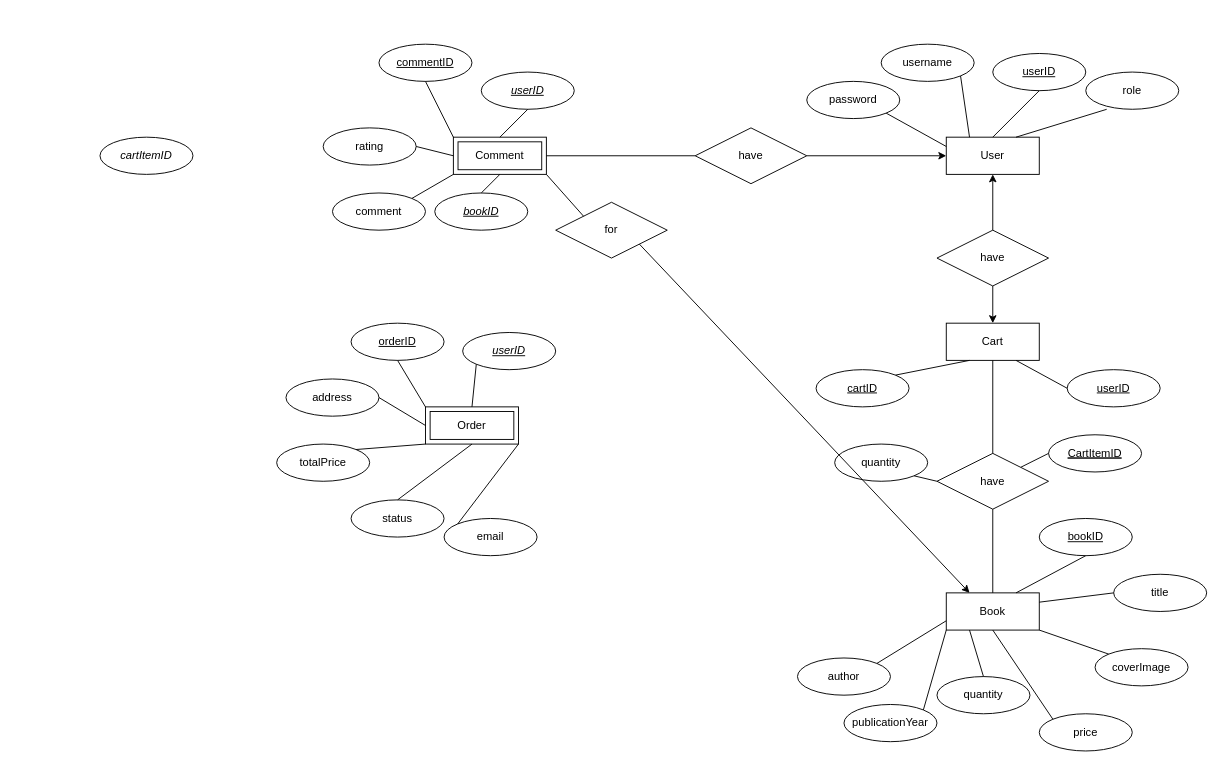
Before: Untitled Diagram.drawio in aurora-mei/BookSelling, a draw.io diagram. Source tidied: cells renumbered, new cells numbered last; positions are measured from the earlier drawing's top-left corner, leaving out a move shared by most shapes. Both pictures are drawn from the tidied source at 93%, with x=0, y=0 at pixel (100, 44).
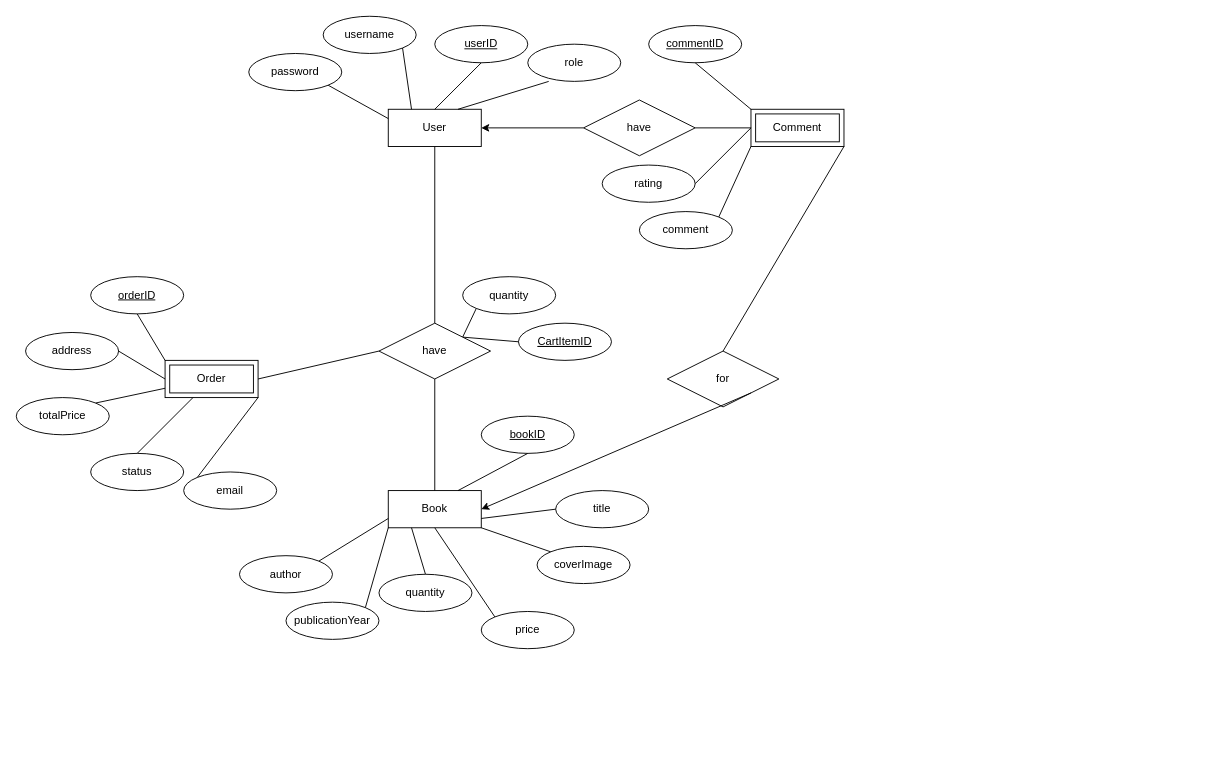
The same diagram, later.

The edit, as a diff of the source:
```diff
@@
     <mxCell id="2" value="User" style="whiteSpace=wrap;html=1;align=center;" parent="1" vertex="1">
-      <mxGeometry x="910" y="100" width="100" height="40" as="geometry" />
+      <mxGeometry x="310" y="70" width="100" height="40" as="geometry" />
     </mxCell>
     <mxCell id="3" value="userID" style="ellipse;whiteSpace=wrap;html=1;align=center;fontStyle=4;" parent="1" vertex="1">
-      <mxGeometry x="960" y="10" width="100" height="40" as="geometry" />
+      <mxGeometry x="360" y="-20" width="100" height="40" as="geometry" />
     </mxCell>
     <mxCell id="4" value="username" style="ellipse;whiteSpace=wrap;html=1;align=center;" parent="1" vertex="1">
-      <mxGeometry x="840" width="100" height="40" as="geometry" />
+      <mxGeometry x="240" y="-30" width="100" height="40" as="geometry" />
     </mxCell>
     <mxCell id="5" value="role" style="ellipse;whiteSpace=wrap;html=1;align=center;" parent="1" vertex="1">
-      <mxGeometry x="1060" y="30" width="100" height="40" as="geometry" />
+      <mxGeometry x="460" width="100" height="40" as="geometry" />
     </mxCell>
     <mxCell id="6" value="password" style="ellipse;whiteSpace=wrap;html=1;align=center;" parent="1" vertex="1">
-      <mxGeometry x="760" y="40" width="100" height="40" as="geometry" />
+      <mxGeometry x="160" y="10" width="100" height="40" as="geometry" />
     </mxCell>
@@
     <mxCell id="11" value="Book" style="whiteSpace=wrap;html=1;align=center;" parent="1" vertex="1">
-      <mxGeometry x="910" y="590" width="100" height="40" as="geometry" />
+      <mxGeometry x="310" y="480" width="100" height="40" as="geometry" />
     </mxCell>
     <mxCell id="12" value="bookID" style="ellipse;whiteSpace=wrap;html=1;align=center;fontStyle=4;" parent="1" vertex="1">
-      <mxGeometry x="1010" y="510" width="100" height="40" as="geometry" />
+      <mxGeometry x="410" y="400" width="100" height="40" as="geometry" />
     </mxCell>
     <mxCell id="13" value="author" style="ellipse;whiteSpace=wrap;html=1;align=center;" parent="1" vertex="1">
-      <mxGeometry x="750" y="660" width="100" height="40" as="geometry" />
+      <mxGeometry x="150" y="550" width="100" height="40" as="geometry" />
     </mxCell>
     <mxCell id="14" value="title" style="ellipse;whiteSpace=wrap;html=1;align=center;" parent="1" vertex="1">
-      <mxGeometry x="1090" y="570" width="100" height="40" as="geometry" />
+      <mxGeometry x="490" y="480" width="100" height="40" as="geometry" />
     </mxCell>
     <mxCell id="15" value="publicationYear" style="ellipse;whiteSpace=wrap;html=1;align=center;" parent="1" vertex="1">
-      <mxGeometry x="800" y="710" width="100" height="40" as="geometry" />
+      <mxGeometry x="200" y="600" width="100" height="40" as="geometry" />
     </mxCell>
@@
-    <mxCell id="19" style="endArrow=none;html=1;rounded=0;exitX=1;exitY=0.25;exitDx=0;exitDy=0;entryX=0;entryY=0.5;entryDx=0;entryDy=0;" parent="1" edge="1" source="11" target="14">
+    <mxCell id="19" style="endArrow=none;html=1;rounded=0;entryX=0;entryY=0.5;entryDx=0;entryDy=0;exitX=1;exitY=0.75;exitDx=0;exitDy=0;" parent="1" edge="1" source="11" target="14">
       <mxGeometry relative="1" as="geometry" />
     </mxCell>
     <mxCell id="20" value="quantity" style="ellipse;whiteSpace=wrap;html=1;align=center;" parent="1" vertex="1">
-      <mxGeometry x="900" y="680" width="100" height="40" as="geometry" />
+      <mxGeometry x="300" y="570" width="100" height="40" as="geometry" />
     </mxCell>
     <mxCell id="21" value="price" style="ellipse;whiteSpace=wrap;html=1;align=center;" parent="1" vertex="1">
-      <mxGeometry x="1010" y="720" width="100" height="40" as="geometry" />
+      <mxGeometry x="410" y="610" width="100" height="40" as="geometry" />
     </mxCell>
@@
-    <mxCell id="24" value="Cart" style="whiteSpace=wrap;html=1;align=center;" parent="1" vertex="1">
-      <mxGeometry x="910" y="300" width="100" height="40" as="geometry" />
-    </mxCell>
-    <mxCell id="25" value="cartID" style="ellipse;whiteSpace=wrap;html=1;align=center;fontStyle=4;" parent="1" vertex="1">
-      <mxGeometry x="770" y="350" width="100" height="40" as="geometry" />
-    </mxCell>
-    <mxCell id="26" value="&lt;u&gt;userID&lt;/u&gt;" style="ellipse;whiteSpace=wrap;html=1;align=center;" parent="1" vertex="1">
-      <mxGeometry x="1040" y="350" width="100" height="40" as="geometry" />
-    </mxCell>
-    <mxCell id="27" style="endArrow=none;html=1;rounded=0;exitX=1;exitY=0;exitDx=0;exitDy=0;entryX=0.25;entryY=1;entryDx=0;entryDy=0;" parent="1" edge="1" source="25" target="24">
-      <mxGeometry relative="1" as="geometry" />
-    </mxCell>
-    <mxCell id="28" style="endArrow=none;html=1;rounded=0;exitX=0.75;exitY=1;exitDx=0;exitDy=0;entryX=0;entryY=0.5;entryDx=0;entryDy=0;" parent="1" edge="1" source="24" target="26">
-      <mxGeometry relative="1" as="geometry" />
-    </mxCell>
     <mxCell id="29" value="&lt;u&gt;CartItemID&lt;/u&gt;" style="ellipse;whiteSpace=wrap;html=1;align=center;fontStyle=4;" parent="1" vertex="1">
-      <mxGeometry x="1020" y="420" width="100" height="40" as="geometry" />
+      <mxGeometry x="450" y="300" width="100" height="40" as="geometry" />
     </mxCell>
     <mxCell id="30" value="quantity" style="ellipse;whiteSpace=wrap;html=1;align=center;" parent="1" vertex="1">
-      <mxGeometry x="790" y="430" width="100" height="40" as="geometry" />
+      <mxGeometry x="390" y="250" width="100" height="40" as="geometry" />
     </mxCell>
@@
-    <mxCell id="32" style="endArrow=none;html=1;rounded=0;exitX=1;exitY=1;exitDx=0;exitDy=0;entryX=0;entryY=0.5;entryDx=0;entryDy=0;" parent="1" edge="1" source="30" target="60">
+    <mxCell id="32" style="endArrow=none;html=1;rounded=0;exitX=0;exitY=1;exitDx=0;exitDy=0;entryX=1;entryY=0;entryDx=0;entryDy=0;" parent="1" edge="1" source="30" target="60">
       <mxGeometry relative="1" as="geometry" />
     </mxCell>
     <mxCell id="33" value="Comment" style="shape=ext;margin=3;double=1;whiteSpace=wrap;html=1;align=center;" parent="1" vertex="1">
-      <mxGeometry x="380" y="100" width="100" height="40" as="geometry" />
+      <mxGeometry x="700" y="70" width="100" height="40" as="geometry" />
     </mxCell>
     <mxCell id="34" value="&lt;u&gt;commentID&lt;/u&gt;" style="ellipse;whiteSpace=wrap;html=1;align=center;" parent="1" vertex="1">
-      <mxGeometry x="300" width="100" height="40" as="geometry" />
+      <mxGeometry x="590" y="-20" width="100" height="40" as="geometry" />
     </mxCell>
-    <mxCell id="35" value="&lt;i&gt;&lt;u&gt;userID&lt;/u&gt;&lt;/i&gt;" style="ellipse;whiteSpace=wrap;html=1;align=center;" parent="1" vertex="1">
-      <mxGeometry x="410" y="30" width="100" height="40" as="geometry" />
-    </mxCell>
-    <mxCell id="36" value="&lt;i&gt;&lt;u&gt;bookID&lt;/u&gt;&lt;/i&gt;" style="ellipse;whiteSpace=wrap;html=1;align=center;" parent="1" vertex="1">
-      <mxGeometry x="360" y="160" width="100" height="40" as="geometry" />
-    </mxCell>
     <mxCell id="37" value="rating" style="ellipse;whiteSpace=wrap;html=1;align=center;" parent="1" vertex="1">
-      <mxGeometry x="240" y="90" width="100" height="40" as="geometry" />
+      <mxGeometry x="540" y="130" width="100" height="40" as="geometry" />
     </mxCell>
     <mxCell id="38" value="comment" style="ellipse;whiteSpace=wrap;html=1;align=center;" parent="1" vertex="1">
-      <mxGeometry x="250" y="160" width="100" height="40" as="geometry" />
+      <mxGeometry x="580" y="180" width="100" height="40" as="geometry" />
     </mxCell>
@@
-    <mxCell id="40" style="endArrow=none;html=1;rounded=0;exitX=0.5;exitY=0;exitDx=0;exitDy=0;entryX=0.5;entryY=1;entryDx=0;entryDy=0;" parent="1" edge="1" source="33" target="35">
-      <mxGeometry relative="1" as="geometry" />
-    </mxCell>
@@
-    <mxCell id="43" style="endArrow=none;html=1;rounded=0;entryX=0.5;entryY=0;entryDx=0;entryDy=0;exitX=0.5;exitY=1;exitDx=0;exitDy=0;" parent="1" edge="1" source="33" target="36">
-      <mxGeometry relative="1" as="geometry" />
-    </mxCell>
     <mxCell id="44" value="Order" style="shape=ext;margin=3;double=1;whiteSpace=wrap;html=1;align=center;" parent="1" vertex="1">
-      <mxGeometry x="350" y="390" width="100" height="40" as="geometry" />
+      <mxGeometry x="70" y="340" width="100" height="40" as="geometry" />
     </mxCell>
     <mxCell id="45" value="&lt;u&gt;orderID&lt;/u&gt;" style="ellipse;whiteSpace=wrap;html=1;align=center;" parent="1" vertex="1">
-      <mxGeometry x="270" y="300" width="100" height="40" as="geometry" />
+      <mxGeometry x="-10" y="250" width="100" height="40" as="geometry" />
     </mxCell>
-    <mxCell id="46" value="&lt;i&gt;&lt;u&gt;userID&lt;/u&gt;&lt;/i&gt;" style="ellipse;whiteSpace=wrap;html=1;align=center;" parent="1" vertex="1">
-      <mxGeometry x="390" y="310" width="100" height="40" as="geometry" />
-    </mxCell>
     <mxCell id="47" value="status" style="ellipse;whiteSpace=wrap;html=1;align=center;" parent="1" vertex="1">
-      <mxGeometry x="270" y="490" width="100" height="40" as="geometry" />
+      <mxGeometry x="-10" y="440" width="100" height="40" as="geometry" />
     </mxCell>
     <mxCell id="48" value="address" style="ellipse;whiteSpace=wrap;html=1;align=center;" parent="1" vertex="1">
-      <mxGeometry x="200" y="360" width="100" height="40" as="geometry" />
+      <mxGeometry x="-80" y="310" width="100" height="40" as="geometry" />
     </mxCell>
     <mxCell id="49" value="totalPrice" style="ellipse;whiteSpace=wrap;html=1;align=center;" parent="1" vertex="1">
-      <mxGeometry x="190" y="430" width="100" height="40" as="geometry" />
+      <mxGeometry x="-90" y="380" width="100" height="40" as="geometry" />
     </mxCell>
@@
-    <mxCell id="51" style="endArrow=none;html=1;rounded=0;exitX=0.5;exitY=0;exitDx=0;exitDy=0;entryX=0;entryY=1;entryDx=0;entryDy=0;" parent="1" edge="1" source="44" target="46">
-      <mxGeometry relative="1" as="geometry" />
-    </mxCell>
@@
-    <mxCell id="53" style="endArrow=none;html=1;rounded=0;exitX=0;exitY=1;exitDx=0;exitDy=0;entryX=1;entryY=0;entryDx=0;entryDy=0;" parent="1" edge="1" source="44" target="49">
+    <mxCell id="53" style="endArrow=none;html=1;rounded=0;entryX=1;entryY=0;entryDx=0;entryDy=0;exitX=0;exitY=0.75;exitDx=0;exitDy=0;" parent="1" edge="1" source="44" target="49">
       <mxGeometry relative="1" as="geometry" />
     </mxCell>
-    <mxCell id="54" style="endArrow=none;html=1;rounded=0;entryX=0.5;entryY=0;entryDx=0;entryDy=0;exitX=0.5;exitY=1;exitDx=0;exitDy=0;" parent="1" edge="1" source="44" target="47">
-      <mxGeometry relative="1" as="geometry" />
+    <mxCell id="54" style="endArrow=none;html=1;rounded=0;entryX=0.5;entryY=0;entryDx=0;entryDy=0;" parent="1" edge="1" target="47">
+      <mxGeometry relative="1" as="geometry">
+        <mxPoint x="100" y="380" as="sourcePoint" />
+      </mxGeometry>
     </mxCell>
     <mxCell id="55" value="email" style="ellipse;whiteSpace=wrap;html=1;align=center;" parent="1" vertex="1">
-      <mxGeometry x="370" y="510" width="100" height="40" as="geometry" />
+      <mxGeometry x="90" y="460" width="100" height="40" as="geometry" />
     </mxCell>
@@
-    <mxCell id="57" value="&lt;i&gt;cartItemID&lt;/i&gt;" style="ellipse;whiteSpace=wrap;html=1;align=center;" parent="1" vertex="1">
-      <mxGeometry y="100" width="100" height="40" as="geometry" />
-    </mxCell>
     <mxCell id="58" value="coverImage" style="ellipse;whiteSpace=wrap;html=1;align=center;" parent="1" vertex="1">
-      <mxGeometry x="1070" y="650" width="100" height="40" as="geometry" />
+      <mxGeometry x="470" y="540" width="100" height="40" as="geometry" />
     </mxCell>
@@
     <mxCell id="60" value="have" style="shape=rhombus;perimeter=rhombusPerimeter;whiteSpace=wrap;html=1;align=center;" parent="1" vertex="1">
-      <mxGeometry x="900" y="440" width="120" height="60" as="geometry" />
+      <mxGeometry x="300" y="300" width="120" height="60" as="geometry" />
     </mxCell>
     <mxCell id="61" value="have" style="shape=rhombus;perimeter=rhombusPerimeter;whiteSpace=wrap;html=1;align=center;" parent="1" vertex="1">
-      <mxGeometry x="640" y="90" width="120" height="60" as="geometry" />
+      <mxGeometry x="520" y="60" width="120" height="60" as="geometry" />
     </mxCell>
-    <mxCell id="62" style="endArrow=classic;html=1;rounded=0;exitX=1;exitY=0.5;exitDx=0;exitDy=0;entryX=0;entryY=0.5;entryDx=0;entryDy=0;" parent="1" edge="1" source="61" target="2">
-      <mxGeometry relative="1" as="geometry" />
+    <mxCell id="62" style="endArrow=classic;html=1;rounded=0;entryX=1;entryY=0.5;entryDx=0;entryDy=0;" parent="1" edge="1" target="2">
+      <mxGeometry relative="1" as="geometry">
+        <mxPoint x="520" y="90" as="sourcePoint" />
+      </mxGeometry>
     </mxCell>
-    <mxCell id="63" style="endArrow=none;html=1;rounded=0;exitX=1;exitY=0.5;exitDx=0;exitDy=0;entryX=0;entryY=0.5;entryDx=0;entryDy=0;" parent="1" edge="1" source="33" target="61">
+    <mxCell id="63" style="endArrow=none;html=1;rounded=0;exitX=0;exitY=0.5;exitDx=0;exitDy=0;entryX=1;entryY=0.5;entryDx=0;entryDy=0;" parent="1" edge="1" source="33" target="61">
       <mxGeometry relative="1" as="geometry" />
     </mxCell>
     <mxCell id="64" value="for" style="shape=rhombus;perimeter=rhombusPerimeter;whiteSpace=wrap;html=1;align=center;" parent="1" vertex="1">
-      <mxGeometry x="490" y="170" width="120" height="60" as="geometry" />
+      <mxGeometry x="610" y="330" width="120" height="60" as="geometry" />
     </mxCell>
-    <mxCell id="65" style="endArrow=classic;html=1;rounded=0;entryX=0.25;entryY=0;entryDx=0;entryDy=0;exitX=1;exitY=1;exitDx=0;exitDy=0;" parent="1" edge="1" source="64" target="11">
+    <mxCell id="65" style="endArrow=classic;html=1;rounded=0;exitX=1;exitY=1;exitDx=0;exitDy=0;entryX=1;entryY=0.5;entryDx=0;entryDy=0;" parent="1" edge="1" source="64" target="11">
       <mxGeometry relative="1" as="geometry" />
     </mxCell>
-    <mxCell id="66" style="endArrow=none;html=1;rounded=0;exitX=1;exitY=1;exitDx=0;exitDy=0;entryX=0;entryY=0;entryDx=0;entryDy=0;" parent="1" edge="1" source="33" target="64">
+    <mxCell id="66" style="endArrow=none;html=1;rounded=0;exitX=1;exitY=1;exitDx=0;exitDy=0;entryX=0.5;entryY=0;entryDx=0;entryDy=0;" parent="1" edge="1" source="33" target="64">
       <mxGeometry relative="1" as="geometry" />
     </mxCell>
-    <mxCell id="67" value="have" style="shape=rhombus;perimeter=rhombusPerimeter;whiteSpace=wrap;html=1;align=center;" parent="1" vertex="1">
-      <mxGeometry x="900" y="200" width="120" height="60" as="geometry" />
-    </mxCell>
-    <mxCell id="68" style="endArrow=classic;html=1;rounded=0;exitX=0.5;exitY=0;exitDx=0;exitDy=0;entryX=0.5;entryY=1;entryDx=0;entryDy=0;" parent="1" edge="1" source="67" target="2">
-      <mxGeometry relative="1" as="geometry" />
-    </mxCell>
-    <mxCell id="69" style="endArrow=classic;html=1;rounded=0;exitX=0.5;exitY=1;exitDx=0;exitDy=0;entryX=0.5;entryY=0;entryDx=0;entryDy=0;" parent="1" edge="1" source="67" target="24">
-      <mxGeometry relative="1" as="geometry" />
-    </mxCell>
-    <mxCell id="70" style="endArrow=none;html=1;rounded=0;exitX=0.5;exitY=0;exitDx=0;exitDy=0;entryX=0.5;entryY=1;entryDx=0;entryDy=0;" parent="1" edge="1" source="60" target="24">
+    <mxCell id="70" style="endArrow=none;html=1;rounded=0;exitX=0.5;exitY=0;exitDx=0;exitDy=0;entryX=0.5;entryY=1;entryDx=0;entryDy=0;" parent="1" edge="1" source="60" target="2">
       <mxGeometry relative="1" as="geometry" />
     </mxCell>
@@
+    <mxCell id="72" style="endArrow=none;html=1;rounded=0;exitX=1;exitY=0.5;exitDx=0;exitDy=0;entryX=0;entryY=0.5;entryDx=0;entryDy=0;" parent="1" edge="1" source="44" target="60">
+      <mxGeometry relative="1" as="geometry" />
+    </mxCell>
```
